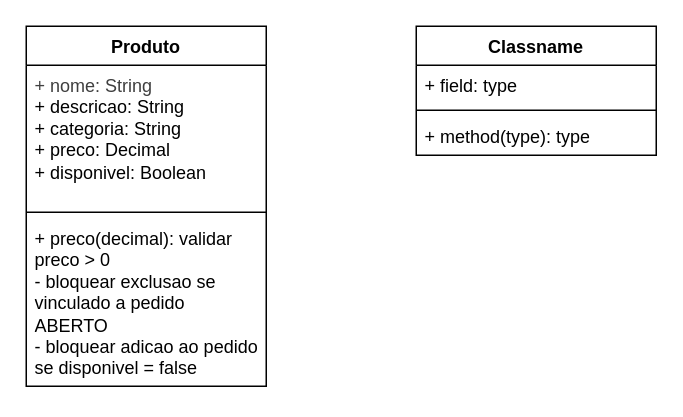
The draw.io diagram lanchonete.drawio in Jenniferkss/atividade-lanchonete, before the edit. Source tidied: cells renumbered, new cells numbered last; positions are measured from the earlier drawing's top-left corner, leaving out a move shared by most shapes. Both pictures are drawn from the tidied source at 150%, with x=0, y=0 at pixel (26, 26).
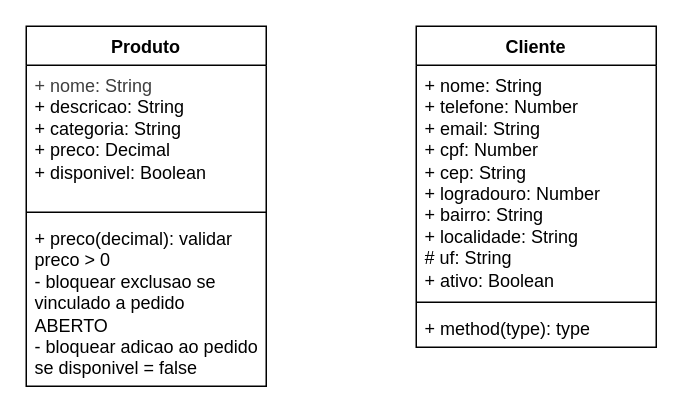
Above is the later version.

Commit message:
feat: cria a tabela cliente

What changed in the source:
```diff
@@
 <mxGraphModel>
   <root>
     <mxCell id="0" />
     <mxCell id="1" parent="0" />
     <mxCell id="2" value="Produto" style="swimlane;fontStyle=1;align=center;verticalAlign=top;horizontal=1;startSize=26;whiteSpace=wrap;html=1;" parent="1" vertex="1">
       <mxGeometry width="160" height="240" as="geometry" />
     </mxCell>
     <mxCell id="3" value="&lt;span style=&quot;color: rgb(63, 63, 63); background-color: transparent;&quot;&gt;+ nome: String&lt;/span&gt;&lt;div&gt;+ descricao: String&lt;/div&gt;&lt;div&gt;+ categoria: String&lt;/div&gt;&lt;div&gt;+ preco: Decimal&lt;/div&gt;&lt;div&gt;+ disponivel: Boolean&lt;/div&gt;" style="text;strokeColor=none;fillColor=none;align=left;verticalAlign=top;spacingLeft=4;spacingRight=4;overflow=hidden;whiteSpace=wrap;html=1;" parent="2" vertex="1">
       <mxGeometry y="26" width="160" height="94" as="geometry" />
     </mxCell>
     <mxCell id="4" style="line;strokeWidth=1;fillColor=none;align=left;verticalAlign=middle;spacingTop=-1;spacingLeft=3;spacingRight=3;labelPosition=right;strokeColor=inherit;" parent="2" vertex="1">
       <mxGeometry y="120" width="160" height="8" as="geometry" />
     </mxCell>
     <mxCell id="5" value="+ preco(decimal): validar preco &amp;gt; 0&lt;div&gt;&lt;font color=&quot;#000000&quot;&gt;- bloquear exclusao se vinculado a pedido ABERTO&lt;/font&gt;&lt;/div&gt;&lt;div&gt;&lt;font color=&quot;#000000&quot;&gt;- bloquear adicao ao pedido se disponivel = false&lt;br&gt;&lt;/font&gt;&lt;div&gt;&lt;span style=&quot;color: rgb(63, 63, 63); background-color: transparent;&quot;&gt;&lt;br&gt;&lt;/span&gt;&lt;/div&gt;&lt;/div&gt;" style="text;strokeColor=none;fillColor=none;align=left;verticalAlign=top;spacingLeft=4;spacingRight=4;overflow=hidden;whiteSpace=wrap;html=1;" parent="2" vertex="1">
       <mxGeometry y="128" width="160" height="112" as="geometry" />
     </mxCell>
-    <mxCell id="6" value="Classname" style="swimlane;fontStyle=1;align=center;verticalAlign=top;horizontal=1;startSize=26;whiteSpace=wrap;html=1;" parent="1" vertex="1">
-      <mxGeometry x="260" width="160" height="86" as="geometry" />
+    <mxCell id="6" value="Cliente" style="swimlane;fontStyle=1;align=center;verticalAlign=top;horizontal=1;startSize=26;whiteSpace=wrap;html=1;" parent="1" vertex="1">
+      <mxGeometry x="260" width="160" height="214" as="geometry" />
     </mxCell>
-    <mxCell id="7" value="+ field: type" style="text;strokeColor=none;fillColor=none;align=left;verticalAlign=top;spacingLeft=4;spacingRight=4;overflow=hidden;whiteSpace=wrap;html=1;" parent="6" vertex="1">
-      <mxGeometry y="26" width="160" height="26" as="geometry" />
+    <mxCell id="7" value="+ nome: String&lt;div&gt;+ telefone: Number&lt;/div&gt;&lt;div&gt;+ email: String&lt;/div&gt;&lt;div&gt;+ cpf: Number&lt;/div&gt;&lt;div&gt;+ cep: String&lt;/div&gt;&lt;div&gt;+ logradouro: Number&lt;/div&gt;&lt;div&gt;+ bairro: String&lt;/div&gt;&lt;div&gt;+ localidade: String&lt;/div&gt;&lt;div&gt;# uf: String&lt;/div&gt;&lt;div&gt;+ ativo: Boolean&lt;/div&gt;" style="text;strokeColor=none;fillColor=none;align=left;verticalAlign=top;spacingLeft=4;spacingRight=4;overflow=hidden;whiteSpace=wrap;html=1;" parent="6" vertex="1">
+      <mxGeometry y="26" width="160" height="154" as="geometry" />
     </mxCell>
     <mxCell id="8" style="line;strokeWidth=1;fillColor=none;align=left;verticalAlign=middle;spacingTop=-1;spacingLeft=3;spacingRight=3;labelPosition=right;strokeColor=inherit;" parent="6" vertex="1">
-      <mxGeometry y="52" width="160" height="8" as="geometry" />
+      <mxGeometry y="180" width="160" height="8" as="geometry" />
     </mxCell>
     <mxCell id="9" value="+ method(type): type" style="text;strokeColor=none;fillColor=none;align=left;verticalAlign=top;spacingLeft=4;spacingRight=4;overflow=hidden;whiteSpace=wrap;html=1;" parent="6" vertex="1">
-      <mxGeometry y="60" width="160" height="26" as="geometry" />
+      <mxGeometry y="188" width="160" height="26" as="geometry" />
     </mxCell>
   </root>
 </mxGraphModel>
```
